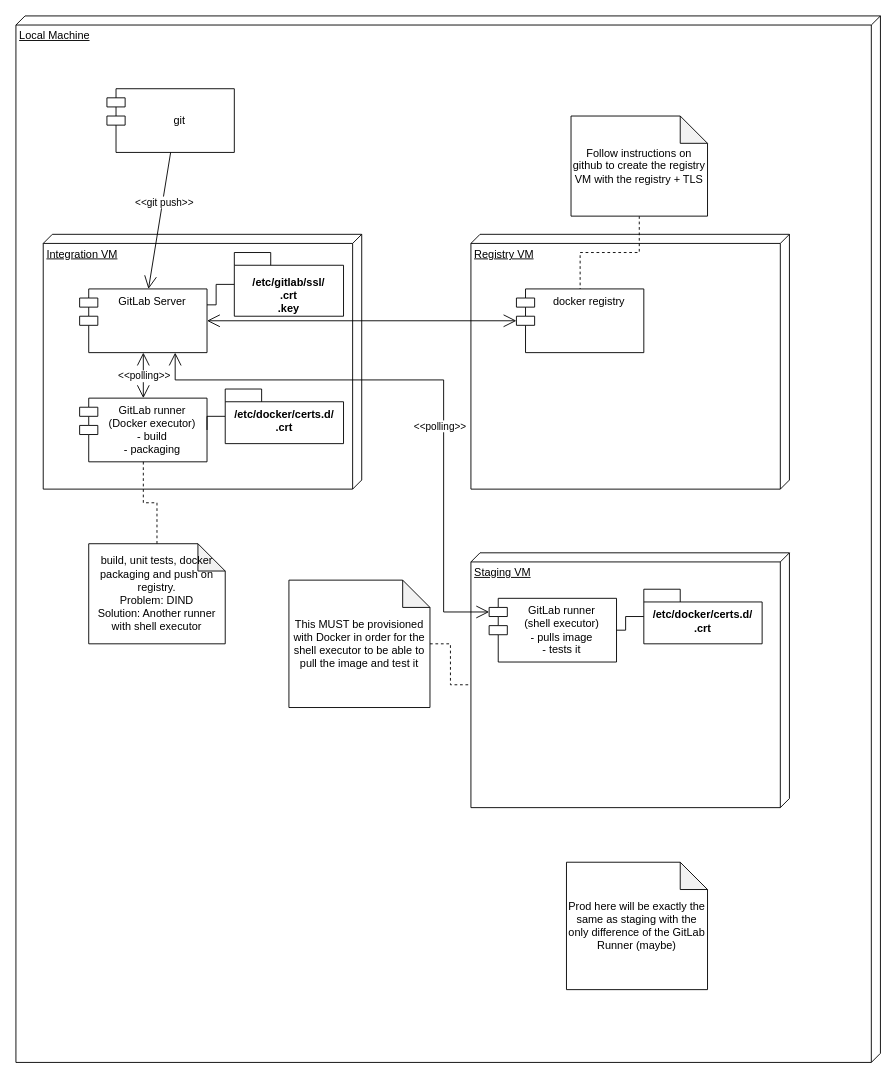
This is devops_architecture.drawio from giusgal/devops-e4l, a draw.io file, before an edit. Source tidied: cells renumbered, new cells numbered last; positions are measured from the earlier drawing's top-left corner, leaving out a move shared by most shapes. Both pictures are drawn from the tidied source at 91%, with x=0, y=0 at pixel (15, 15).
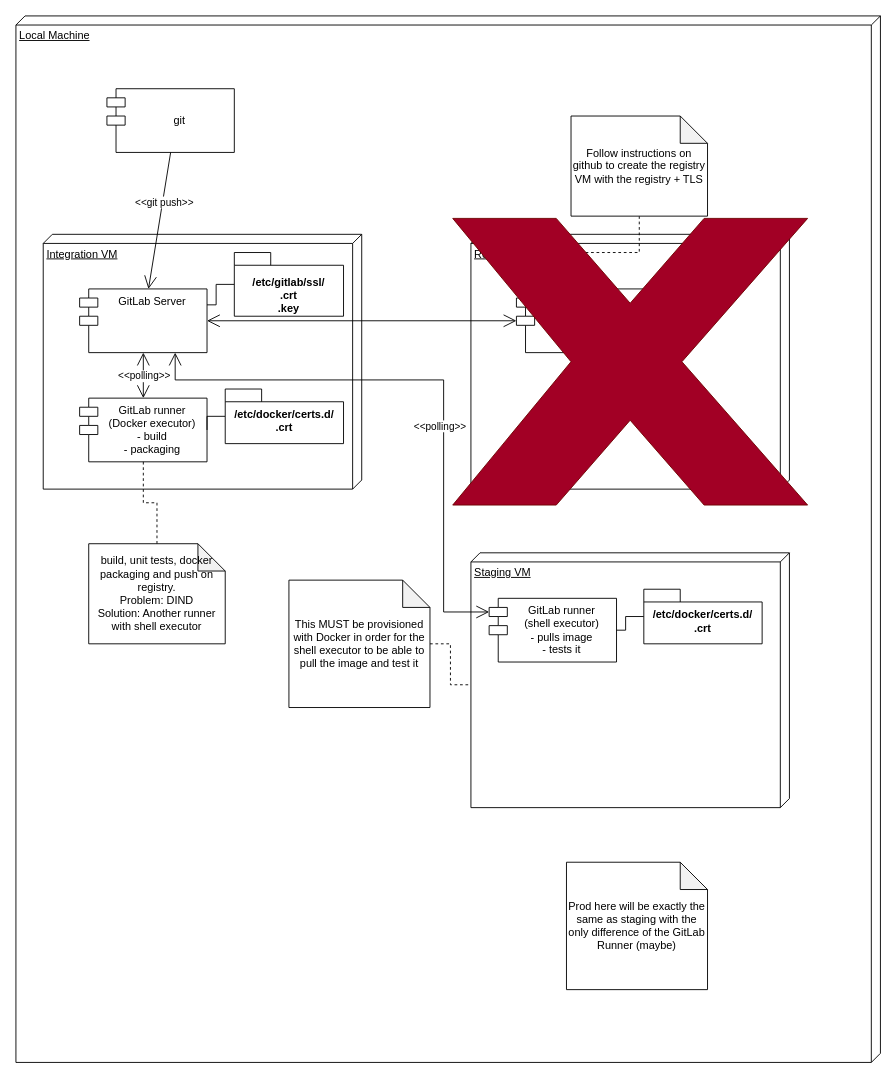
Above is the later version.

Commit message:
Modified architecture diagram

The edit, as a diff of the source:
```diff
@@
+    <mxCell id="31" style="verticalLabelPosition=bottom;verticalAlign=top;html=1;shape=mxgraph.basic.x;fillColor=#a20025;fontColor=#ffffff;strokeColor=#6F0000;" parent="1" vertex="1">
+      <mxGeometry x="480" y="222.5" width="390" height="315" as="geometry" />
+    </mxCell>
```
